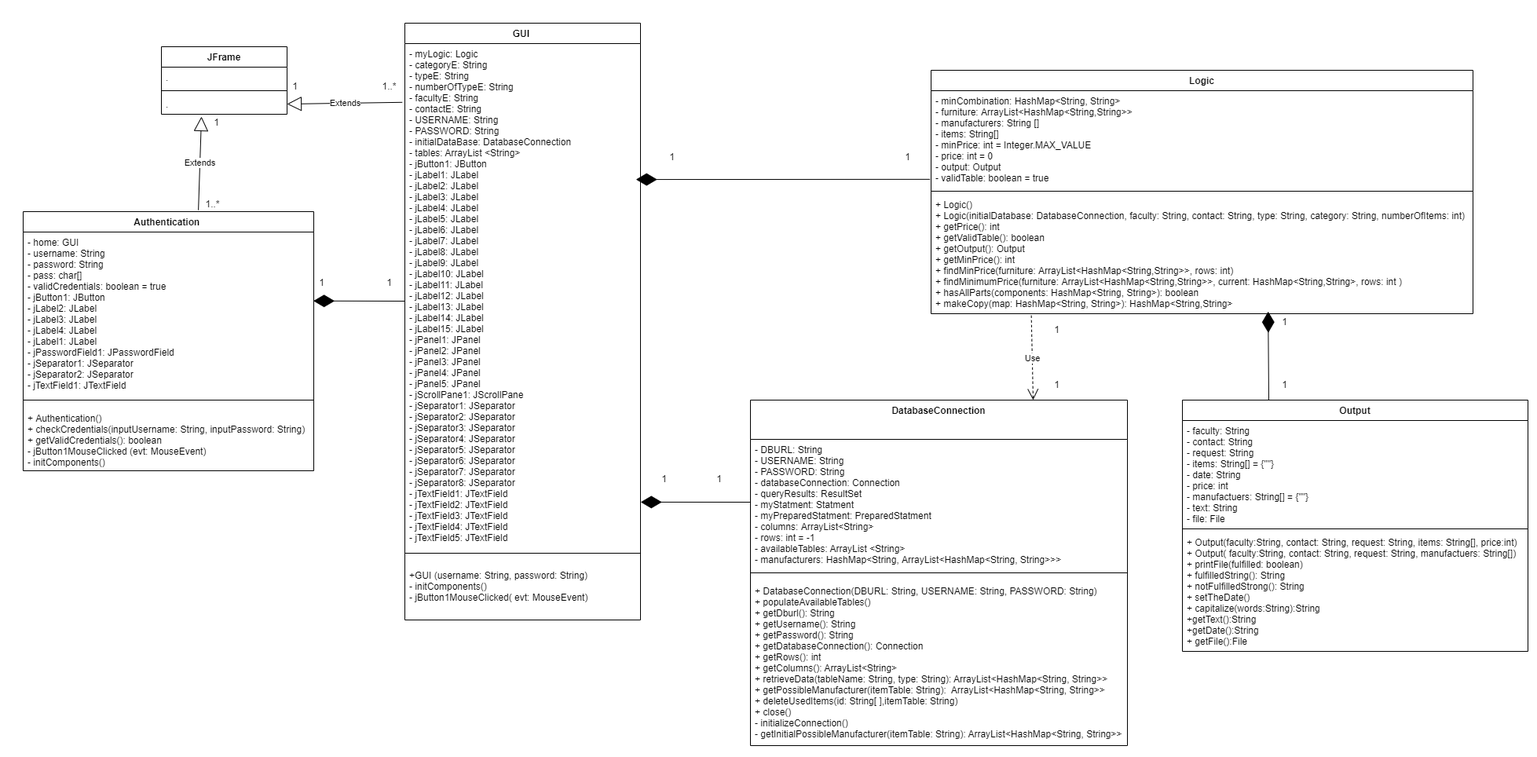
The draw.io diagram submissions/UML Diagram.png in ahmeda110/Supply, before a commit. Source tidied: cells renumbered, new cells last; positions are measured from the earlier drawing's top-left corner, leaving out a move shared by most shapes.
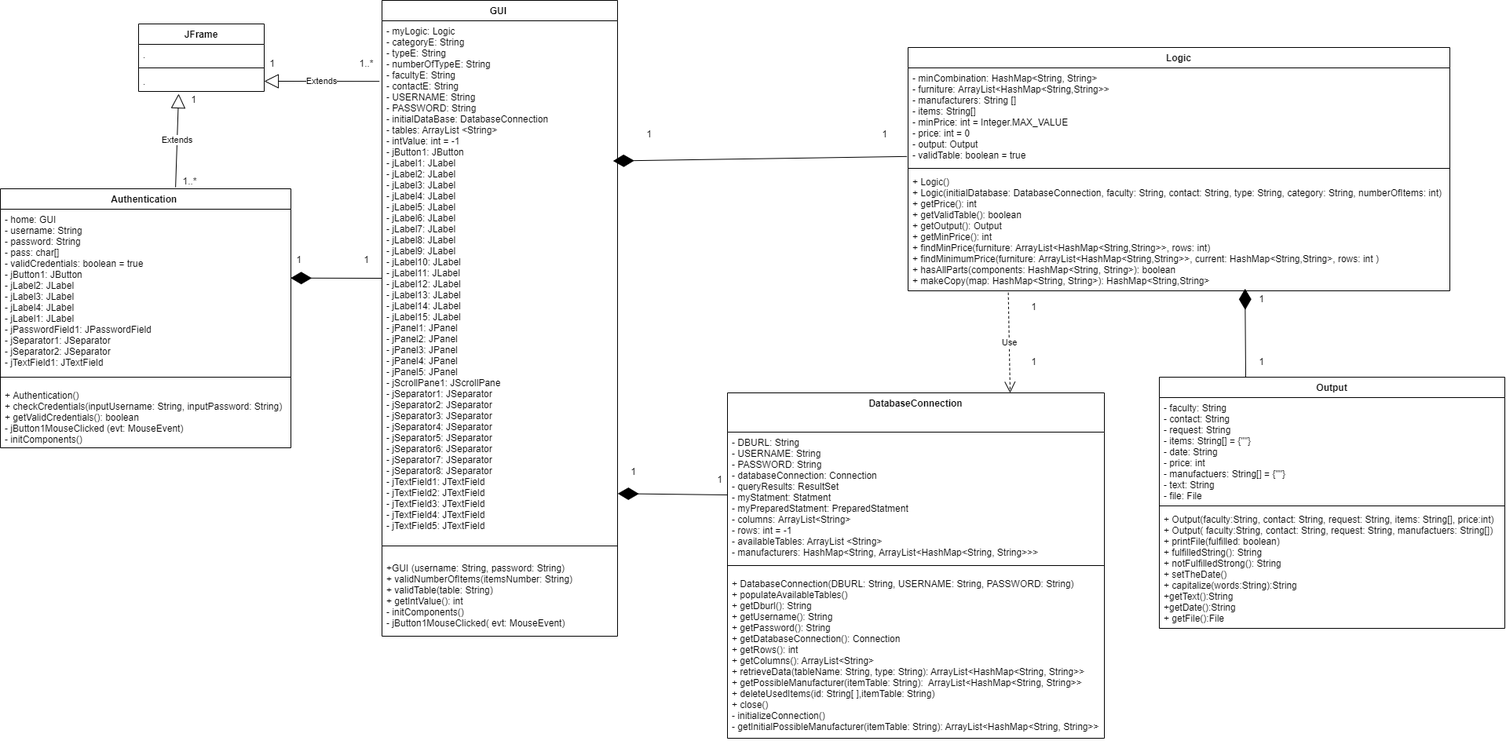
Later version of the same file.

Commit message:
update UML diagram

The edit, as a diff of the source:
```diff
@@ -3,7 +3,7 @@
     <mxCell id="0" />
     <mxCell id="1" parent="0" />
     <mxCell id="2" value="DatabaseConnection&#10;" style="swimlane;fontStyle=1;align=center;verticalAlign=top;horizontal=1;startSize=50;rounded=0;shadow=0;strokeWidth=1;" parent="1" vertex="1">
-      <mxGeometry x="926" y="480" width="480" height="440" as="geometry" />
+      <mxGeometry x="926" y="500" width="480" height="440" as="geometry" />
     </mxCell>
     <mxCell id="3" value="- DBURL: String&#10;- USERNAME: String&#10;- PASSWORD: String&#10;- databaseConnection: Connection&#10;- queryResults: ResultSet&#10;- myStatment: Statment&#10;- myPreparedStatment: PreparedStatment&#10;- columns: ArrayList&lt;String&gt;&#10;- rows: int = -1&#10;- availableTables: ArrayList &lt;String&gt;&#10;- manufacturers: HashMap&lt;String, ArrayList&lt;HashMap&lt;String, String&gt;&gt;&gt; &#10;" style="text;strokeColor=none;fillColor=none;align=left;verticalAlign=top;spacingLeft=4;spacingRight=4;overflow=hidden;points=[[0,0.5],[1,0.5]];portConstraint=eastwest;" parent="2" vertex="1">
       <mxGeometry y="50" width="480" height="160" as="geometry" />
@@ -15,16 +15,16 @@
       <mxGeometry y="230" width="480" height="210" as="geometry" />
     </mxCell>
     <mxCell id="6" value="GUI " style="swimlane;fontStyle=1;align=center;verticalAlign=top;horizontal=1;startSize=26;rounded=0;shadow=0;strokeWidth=1;" parent="1" vertex="1">
-      <mxGeometry x="486" width="300" height="760" as="geometry" />
+      <mxGeometry x="486" width="300" height="810" as="geometry" />
     </mxCell>
-    <mxCell id="7" value="- myLogic: Logic&#10;- categoryE: String&#10;- typeE: String&#10;- numberOfTypeE: String&#10;- facultyE: String&#10;- contactE: String&#10;- USERNAME: String&#10;- PASSWORD: String&#10;- initialDataBase: DatabaseConnection&#10;- tables: ArrayList &lt;String&gt;&#10;- jButton1: JButton&#10;- jLabel1: JLabel&#10;- jLabel2: JLabel&#10;- jLabel3: JLabel&#10;- jLabel4: JLabel&#10;- jLabel5: JLabel&#10;- jLabel6: JLabel&#10;- jLabel7: JLabel&#10;- jLabel8: JLabel&#10;- jLabel9: JLabel&#10;- jLabel10: JLabel&#10;- jLabel11: JLabel&#10;- jLabel12: JLabel&#10;- jLabel13: JLabel&#10;- jLabel14: JLabel&#10;- jLabel15: JLabel&#10;- jPanel1: JPanel&#10;- jPanel2: JPanel&#10;- jPanel3: JPanel&#10;- jPanel4: JPanel&#10;- jPanel5: JPanel&#10;- jScrollPane1: JScrollPane&#10;- jSeparator1: JSeparator&#10;- jSeparator2: JSeparator&#10;- jSeparator3: JSeparator&#10;- jSeparator4: JSeparator&#10;- jSeparator5: JSeparator&#10;- jSeparator6: JSeparator&#10;- jSeparator7: JSeparator&#10;- jSeparator8: JSeparator&#10;- jTextField1: JTextField&#10;- jTextField2: JTextField&#10;- jTextField3: JTextField&#10;- jTextField4: JTextField&#10;- jTextField5: JTextField&#10;" style="text;strokeColor=none;fillColor=none;align=left;verticalAlign=top;spacingLeft=4;spacingRight=4;overflow=hidden;points=[[0,0.5],[1,0.5]];portConstraint=eastwest;" parent="6" vertex="1">
-      <mxGeometry y="26" width="300" height="634" as="geometry" />
+    <mxCell id="7" value="- myLogic: Logic&#10;- categoryE: String&#10;- typeE: String&#10;- numberOfTypeE: String&#10;- facultyE: String&#10;- contactE: String&#10;- USERNAME: String&#10;- PASSWORD: String&#10;- initialDataBase: DatabaseConnection&#10;- tables: ArrayList &lt;String&gt;&#10;- intValue: int = -1&#10;- jButton1: JButton&#10;- jLabel1: JLabel&#10;- jLabel2: JLabel&#10;- jLabel3: JLabel&#10;- jLabel4: JLabel&#10;- jLabel5: JLabel&#10;- jLabel6: JLabel&#10;- jLabel7: JLabel&#10;- jLabel8: JLabel&#10;- jLabel9: JLabel&#10;- jLabel10: JLabel&#10;- jLabel11: JLabel&#10;- jLabel12: JLabel&#10;- jLabel13: JLabel&#10;- jLabel14: JLabel&#10;- jLabel15: JLabel&#10;- jPanel1: JPanel&#10;- jPanel2: JPanel&#10;- jPanel3: JPanel&#10;- jPanel4: JPanel&#10;- jPanel5: JPanel&#10;- jScrollPane1: JScrollPane&#10;- jSeparator1: JSeparator&#10;- jSeparator2: JSeparator&#10;- jSeparator3: JSeparator&#10;- jSeparator4: JSeparator&#10;- jSeparator5: JSeparator&#10;- jSeparator6: JSeparator&#10;- jSeparator7: JSeparator&#10;- jSeparator8: JSeparator&#10;- jTextField1: JTextField&#10;- jTextField2: JTextField&#10;- jTextField3: JTextField&#10;- jTextField4: JTextField&#10;- jTextField5: JTextField&#10;" style="text;strokeColor=none;fillColor=none;align=left;verticalAlign=top;spacingLeft=4;spacingRight=4;overflow=hidden;points=[[0,0.5],[1,0.5]];portConstraint=eastwest;" parent="6" vertex="1">
+      <mxGeometry y="26" width="300" height="654" as="geometry" />
     </mxCell>
     <mxCell id="8" style="line;html=1;strokeWidth=1;align=left;verticalAlign=middle;spacingTop=-1;spacingLeft=3;spacingRight=3;labelPosition=right;" parent="6" vertex="1">
-      <mxGeometry y="660" width="300" height="30" as="geometry" />
+      <mxGeometry y="680" width="300" height="30" as="geometry" />
     </mxCell>
-    <mxCell id="9" value="+GUI (username: String, password: String)&#10;- initComponents()&#10;- jButton1MouseClicked( evt: MouseEvent)" style="text;strokeColor=none;fillColor=none;align=left;verticalAlign=top;spacingLeft=4;spacingRight=4;overflow=hidden;" parent="6" vertex="1">
-      <mxGeometry y="690" width="300" height="60" as="geometry" />
+    <mxCell id="9" value="+GUI (username: String, password: String)&#10;+ validNumberOfItems(itemsNumber: String)&#10;+ validTable(table: String)&#10;+ getIntValue(): int&#10;- initComponents()&#10;- jButton1MouseClicked( evt: MouseEvent)" style="text;strokeColor=none;fillColor=none;align=left;verticalAlign=top;spacingLeft=4;spacingRight=4;overflow=hidden;" parent="6" vertex="1">
+      <mxGeometry y="710" width="300" height="100" as="geometry" />
     </mxCell>
     <mxCell id="10" value="Output" style="swimlane;fontStyle=1;align=center;verticalAlign=top;horizontal=1;startSize=26;" parent="1" vertex="1">
       <mxGeometry x="1476" y="480" width="440" height="320" as="geometry" />
@@ -116,10 +116,10 @@
       <mxGeometry x="456" y="320" width="20" height="20" as="geometry" />
     </mxCell>
     <mxCell id="39" value="1" style="text;html=1;align=center;verticalAlign=middle;strokeColor=none;" parent="1" vertex="1">
-      <mxGeometry x="806" y="570" width="20" height="20" as="geometry" />
+      <mxGeometry x="796" y="590" width="20" height="20" as="geometry" />
     </mxCell>
     <mxCell id="40" value="1" style="text;html=1;align=center;verticalAlign=middle;strokeColor=none;" parent="1" vertex="1">
-      <mxGeometry x="876" y="570" width="20" height="20" as="geometry" />
+      <mxGeometry x="906" y="600" width="20" height="20" as="geometry" />
     </mxCell>
     <mxCell id="41" value="1" style="text;html=1;align=center;verticalAlign=middle;strokeColor=none;" parent="1" vertex="1">
       <mxGeometry x="1306" y="380" width="20" height="20" as="geometry" />
```
